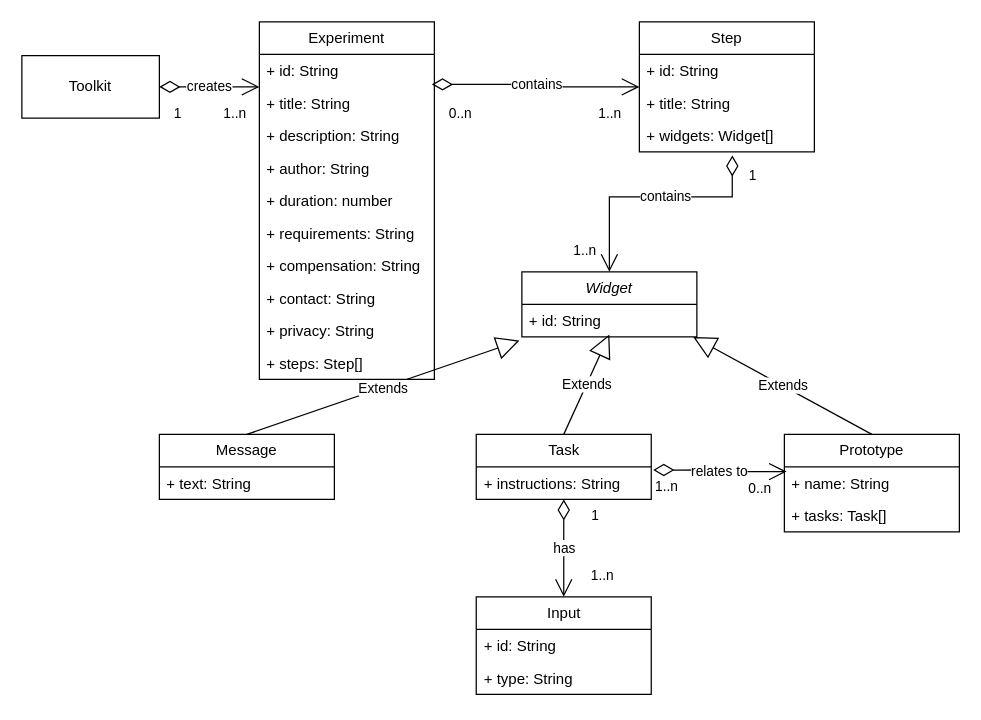
The draw.io diagram resources/Model.drawio in aurioldegbelo/map-experiment-creation-toolkit, before the edit. Source tidied: cells renumbered, new cells numbered last; positions are measured from the earlier drawing's top-left corner, leaving out a move shared by most shapes. Both pictures are drawn from the tidied source at 125%, with x=0, y=0 at pixel (21, 21).
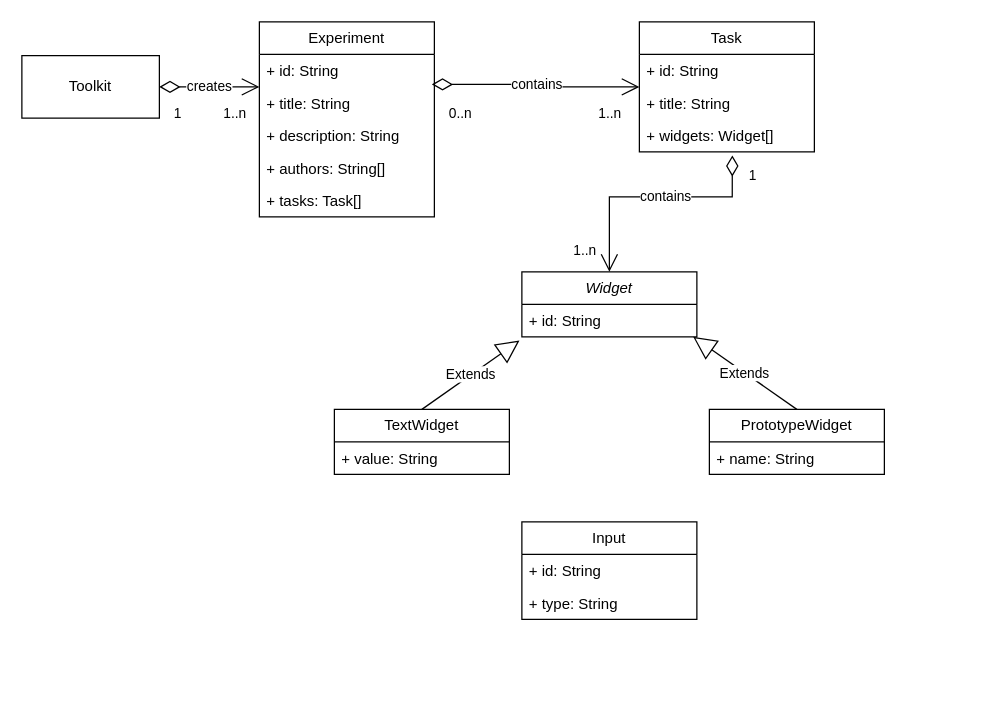
Above is the later version.

The change refers to these unchanged cells:
```xml
<mxCell id="21" value="+ id: String" style="text;strokeColor=none;fillColor=none;align=left;verticalAlign=top;spacingLeft=4;spacingRight=4;overflow=hidden;points=[[0,0.5],[1,0.5]];portConstraint=eastwest;whiteSpace=wrap;html=1;" parent="20" vertex="1">
  <mxGeometry y="26" width="140" height="26" as="geometry" />
</mxCell>
<mxCell id="35" value="+ name: String" style="text;strokeColor=none;fillColor=none;align=left;verticalAlign=top;spacingLeft=4;spacingRight=4;overflow=hidden;points=[[0,0.5],[1,0.5]];portConstraint=eastwest;whiteSpace=wrap;html=1;" parent="34" vertex="1">
  <mxGeometry y="26" width="140" height="26" as="geometry" />
</mxCell>
```

Diff of the diagram source:
```diff
@@
     <mxCell id="2" value="Experiment" style="swimlane;fontStyle=0;horizontal=1;startSize=26;fillColor=none;whiteSpace=wrap;html=1;" parent="1" vertex="1">
-      <mxGeometry x="190" width="140" height="286" as="geometry" />
+      <mxGeometry x="190" width="140" height="156" as="geometry" />
     </mxCell>
@@
-    <mxCell id="6" value="+ author: String" style="text;strokeColor=none;fillColor=none;align=left;verticalAlign=top;spacingLeft=4;spacingRight=4;overflow=hidden;whiteSpace=wrap;html=1;" parent="2" vertex="1">
+    <mxCell id="6" value="+ authors: String[]" style="text;strokeColor=none;fillColor=none;align=left;verticalAlign=top;spacingLeft=4;spacingRight=4;overflow=hidden;whiteSpace=wrap;html=1;" parent="2" vertex="1">
       <mxGeometry y="104" width="140" height="26" as="geometry" />
     </mxCell>
-    <mxCell id="7" value="+ duration: number" style="text;strokeColor=none;fillColor=none;align=left;verticalAlign=top;spacingLeft=4;spacingRight=4;overflow=hidden;whiteSpace=wrap;html=1;" parent="2" vertex="1">
-      <mxGeometry y="130" width="140" height="26" as="geometry" />
-    </mxCell>
-    <mxCell id="8" value="+ requirements: String" style="text;strokeColor=none;fillColor=none;align=left;verticalAlign=top;spacingLeft=4;spacingRight=4;overflow=hidden;whiteSpace=wrap;html=1;" parent="2" vertex="1">
-      <mxGeometry y="156" width="140" height="26" as="geometry" />
-    </mxCell>
-    <mxCell id="9" value="+ compensation: String" style="text;strokeColor=none;fillColor=none;align=left;verticalAlign=top;spacingLeft=4;spacingRight=4;overflow=hidden;whiteSpace=wrap;html=1;" parent="2" vertex="1">
-      <mxGeometry y="182" width="140" height="26" as="geometry" />
-    </mxCell>
-    <mxCell id="10" value="+ contact: String" style="text;strokeColor=none;fillColor=none;align=left;verticalAlign=top;spacingLeft=4;spacingRight=4;overflow=hidden;whiteSpace=wrap;html=1;" parent="2" vertex="1">
-      <mxGeometry y="208" width="140" height="26" as="geometry" />
-    </mxCell>
-    <mxCell id="11" value="+ privacy: String" style="text;strokeColor=none;fillColor=none;align=left;verticalAlign=top;spacingLeft=4;spacingRight=4;overflow=hidden;whiteSpace=wrap;html=1;" parent="2" vertex="1">
-      <mxGeometry y="234" width="140" height="26" as="geometry" />
-    </mxCell>
-    <mxCell id="12" value="+ steps: Step[]" style="text;strokeColor=none;fillColor=none;align=left;verticalAlign=top;spacingLeft=4;spacingRight=4;overflow=hidden;whiteSpace=wrap;html=1;" parent="2" vertex="1">
-      <mxGeometry y="260" width="140" height="26" as="geometry" />
+    <mxCell id="12" value="+ tasks: Task[]" style="text;strokeColor=none;fillColor=none;align=left;verticalAlign=top;spacingLeft=4;spacingRight=4;overflow=hidden;whiteSpace=wrap;html=1;" parent="2" vertex="1">
+      <mxGeometry y="130" width="140" height="26" as="geometry" />
     </mxCell>
-    <mxCell id="13" value="Step" style="swimlane;fontStyle=0;horizontal=1;startSize=26;fillColor=none;whiteSpace=wrap;html=1;" parent="1" vertex="1">
+    <mxCell id="13" value="Task" style="swimlane;fontStyle=0;horizontal=1;startSize=26;fillColor=none;whiteSpace=wrap;html=1;" parent="1" vertex="1">
       <mxGeometry x="494" width="140" height="104" as="geometry" />
     </mxCell>
@@
-    <mxCell id="22" value="Message" style="swimlane;fontStyle=0;horizontal=1;startSize=26;fillColor=none;whiteSpace=wrap;html=1;" parent="1" vertex="1">
-      <mxGeometry x="110" y="330" width="140" height="52" as="geometry" />
+    <mxCell id="22" value="TextWidget" style="swimlane;fontStyle=0;horizontal=1;startSize=26;fillColor=none;whiteSpace=wrap;html=1;" parent="1" vertex="1">
+      <mxGeometry x="250" y="310" width="140" height="52" as="geometry" />
     </mxCell>
-    <mxCell id="23" value="+ text: String" style="text;strokeColor=none;fillColor=none;align=left;verticalAlign=top;spacingLeft=4;spacingRight=4;overflow=hidden;whiteSpace=wrap;html=1;" parent="22" vertex="1">
+    <mxCell id="23" value="+ value: String" style="text;strokeColor=none;fillColor=none;align=left;verticalAlign=top;spacingLeft=4;spacingRight=4;overflow=hidden;whiteSpace=wrap;html=1;" parent="22" vertex="1">
       <mxGeometry y="26" width="140" height="26" as="geometry" />
     </mxCell>
-    <mxCell id="24" value="Task" style="swimlane;fontStyle=0;horizontal=1;startSize=26;fillColor=none;whiteSpace=wrap;html=1;" parent="1" vertex="1">
-      <mxGeometry x="363.5" y="330" width="140" height="52" as="geometry" />
-    </mxCell>
-    <mxCell id="25" value="+ instructions: String" style="text;strokeColor=none;fillColor=none;align=left;verticalAlign=top;spacingLeft=4;spacingRight=4;overflow=hidden;points=[[0,0.5],[1,0.5]];portConstraint=eastwest;whiteSpace=wrap;html=1;" parent="24" vertex="1">
-      <mxGeometry y="26" width="140" height="26" as="geometry" />
-    </mxCell>
     <mxCell id="26" value="Input" style="swimlane;fontStyle=0;horizontal=1;startSize=26;fillColor=none;whiteSpace=wrap;html=1;" parent="1" vertex="1">
-      <mxGeometry x="363.5" y="460" width="140" height="78" as="geometry" />
+      <mxGeometry x="400" y="400" width="140" height="78" as="geometry" />
     </mxCell>
@@
-    <mxCell id="33" value="Extends" style="endArrow=block;endSize=16;endFill=0;html=1;rounded=0;exitX=0.5;exitY=0;exitDx=0;exitDy=0;entryX=0.5;entryY=0.923;entryDx=0;entryDy=0;entryPerimeter=0;" parent="1" edge="1" source="24" target="21">
-      <mxGeometry relative="1" as="geometry" />
-    </mxCell>
-    <mxCell id="34" value="Prototype" style="swimlane;fontStyle=0;horizontal=1;startSize=26;fillColor=none;whiteSpace=wrap;html=1;" parent="1" vertex="1">
-      <mxGeometry x="610" y="330" width="140" height="78" as="geometry" />
+    <mxCell id="34" value="PrototypeWidget" style="swimlane;fontStyle=0;horizontal=1;startSize=26;fillColor=none;whiteSpace=wrap;html=1;" parent="1" vertex="1">
+      <mxGeometry x="550" y="310" width="140" height="52" as="geometry" />
     </mxCell>
@@
-    <mxCell id="36" value="+ tasks: Task[]" style="text;strokeColor=none;fillColor=none;align=left;verticalAlign=top;spacingLeft=4;spacingRight=4;overflow=hidden;whiteSpace=wrap;html=1;" parent="34" vertex="1">
-      <mxGeometry y="52" width="140" height="26" as="geometry" />
-    </mxCell>
@@
-    <mxCell id="38" value="has" style="endArrow=open;html=1;endSize=12;startArrow=diamondThin;startSize=14;startFill=0;edgeStyle=orthogonalEdgeStyle;rounded=0;entryX=0.5;entryY=0;entryDx=0;entryDy=0;" parent="1" edge="1" source="24" target="26">
-      <mxGeometry relative="1" as="geometry">
-        <Array as="points">
-          <mxPoint x="433.5" y="410" />
-          <mxPoint x="433.5" y="410" />
-        </Array>
-      </mxGeometry>
-    </mxCell>
-    <mxCell id="39" value="1" style="edgeLabel;html=1;align=left;verticalAlign=top;" parent="38" vertex="1">
-      <mxGeometry x="-1" relative="1" as="geometry">
-        <mxPoint x="20" as="offset" />
-      </mxGeometry>
-    </mxCell>
-    <mxCell id="40" value="1..n" style="edgeLabel;html=1;align=right;verticalAlign=top;" parent="38" vertex="1">
-      <mxGeometry x="1" relative="1" as="geometry">
-        <mxPoint x="40" y="-30" as="offset" />
-      </mxGeometry>
-    </mxCell>
@@
-    <mxCell id="45" value="relates to" style="endArrow=open;html=1;endSize=12;startArrow=diamondThin;startSize=14;startFill=0;edgeStyle=orthogonalEdgeStyle;rounded=0;entryX=0.013;entryY=0.145;entryDx=0;entryDy=0;exitX=1.011;exitY=0.098;exitDx=0;exitDy=0;exitPerimeter=0;entryPerimeter=0;" parent="1" edge="1" source="25" target="35">
-      <mxGeometry relative="1" as="geometry" />
-    </mxCell>
-    <mxCell id="46" value="1..n" style="edgeLabel;html=1;align=left;verticalAlign=top;" parent="45" vertex="1">
-      <mxGeometry x="-1" relative="1" as="geometry" />
-    </mxCell>
-    <mxCell id="47" value="0..n" style="edgeLabel;html=1;align=right;verticalAlign=top;" parent="45" vertex="1">
-      <mxGeometry x="1" relative="1" as="geometry">
-        <mxPoint x="-12" as="offset" />
-      </mxGeometry>
-    </mxCell>
```
